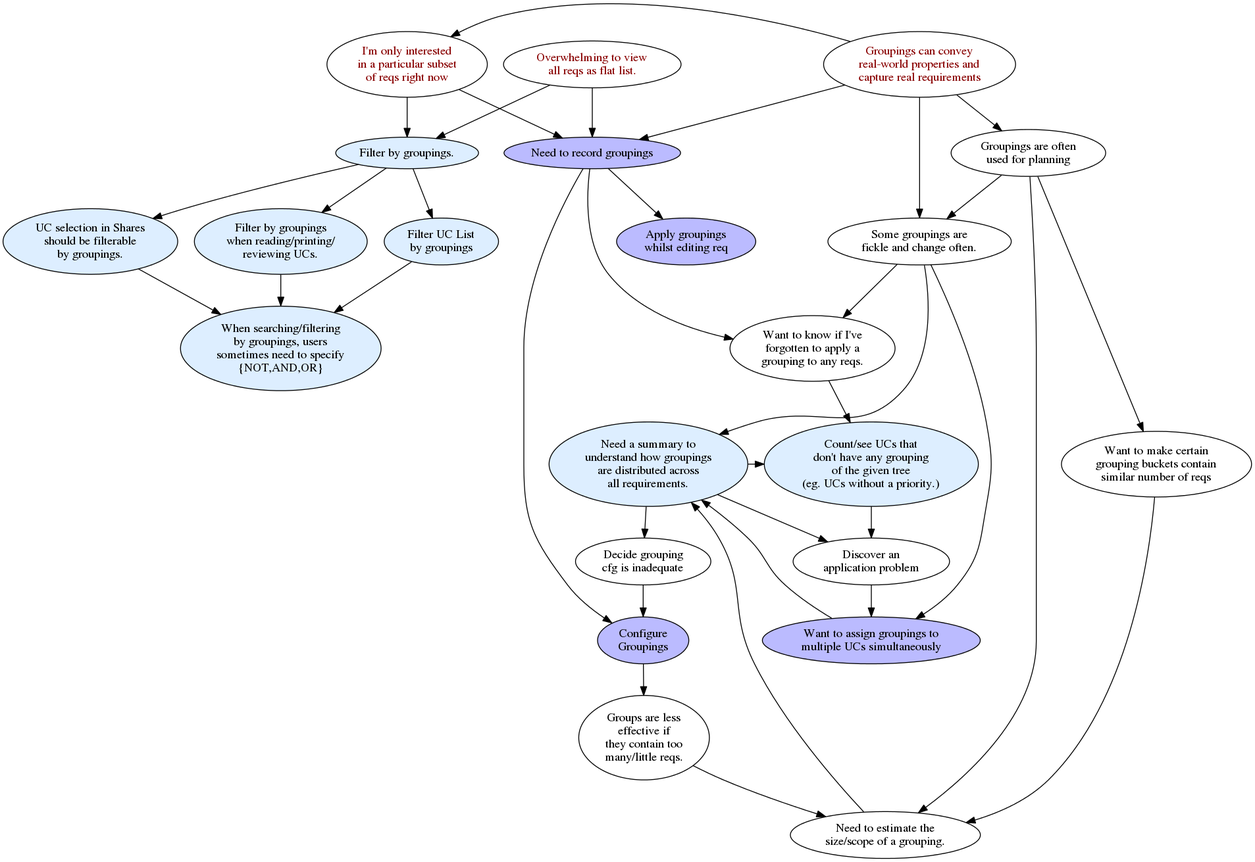
The Graphviz diagram Requirements/analysis-mf07-problems_and_solutions.gv.png in scala-steward/shipreq, before a commit. Its source is kept beside it as Requirements/analysis-mf07-problems_and_solutions.gv.
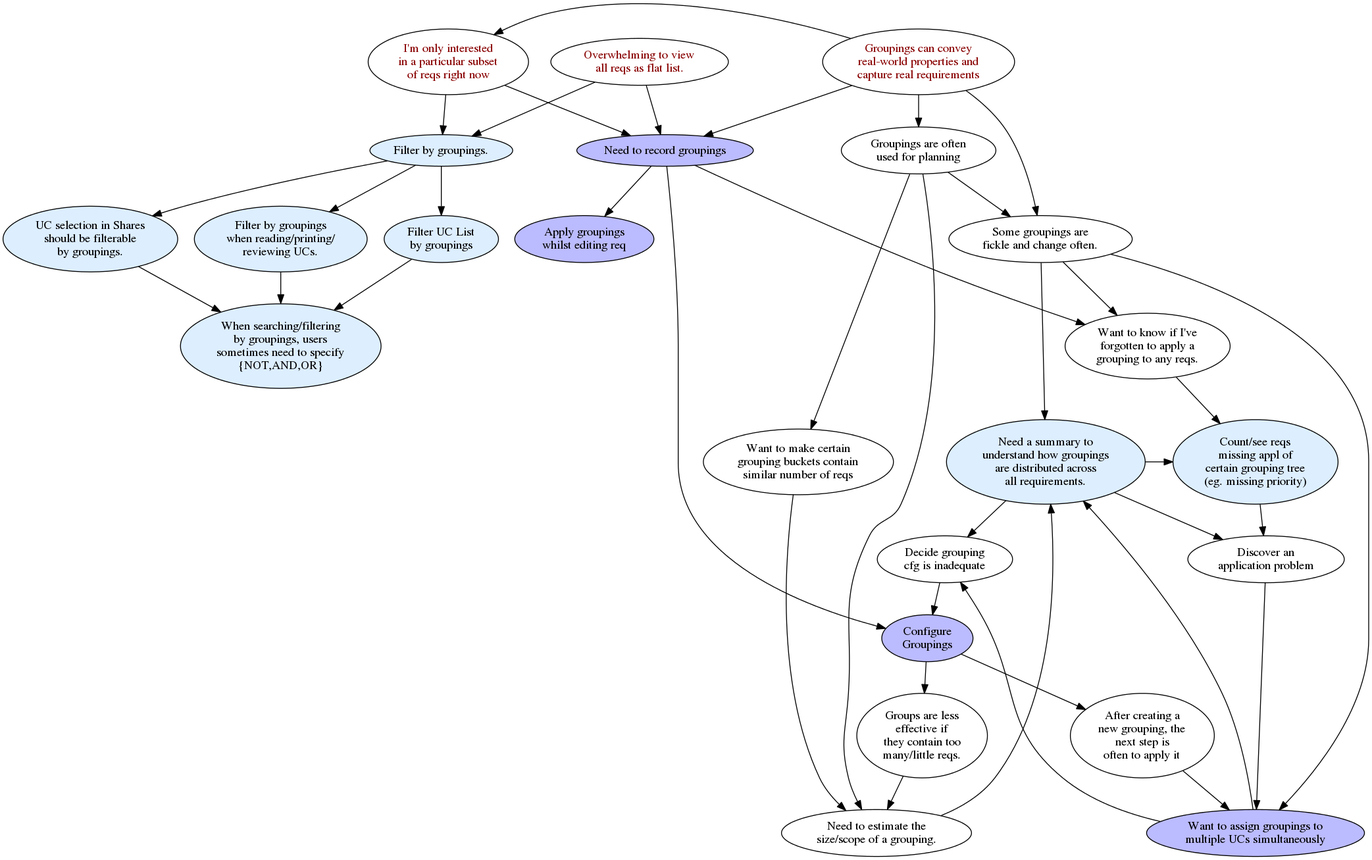
The same diagram one commit later.

Commit message:
Requirements: MF-07 analysis (cfg/appl)

What changed in the source:
```diff
@@ -16,6 +16,7 @@
 SeeProb [label="Discover an\napplication problem"]
 OverUnderUsed [label="Groups are less\neffective if\nthey contain too\nmany/little reqs."]
 InadeqCfg [label="Decide grouping\ncfg is inadequate"]
+CfgThenApply [label="After creating a\nnew grouping, the\nnext step is\noften to apply it"]
 
 { // FUNCTIONALITY [R]
 node [style=filled,fillcolor="#ddeeff"]
@@ -26,7 +27,7 @@
   FilterUCL [label="Filter UC List\nby groupings"]
 {rank=same;
   Overview [label="Need a summary to\nunderstand how groupings\nare distributed across\nall requirements."]
-  SeeMissing [label="Count/see UCs that\ndon't have any grouping\nof the given tree\n(eg. UCs without a priority.)"]
+  SeeMissing [label="Count/see reqs\nmissing appl of\ncertain grouping tree\n(eg. missing priority)"]
 }
 }
 
@@ -59,5 +60,7 @@
 Store -> {Apply; Cfg}
 Cfg -> OverUnderUsed -> EstSize
 Overview -> InadeqCfg -> Cfg
+BulkApply -> InadeqCfg [constraint=false]
+Cfg -> CfgThenApply -> BulkApply
 
 }
```
